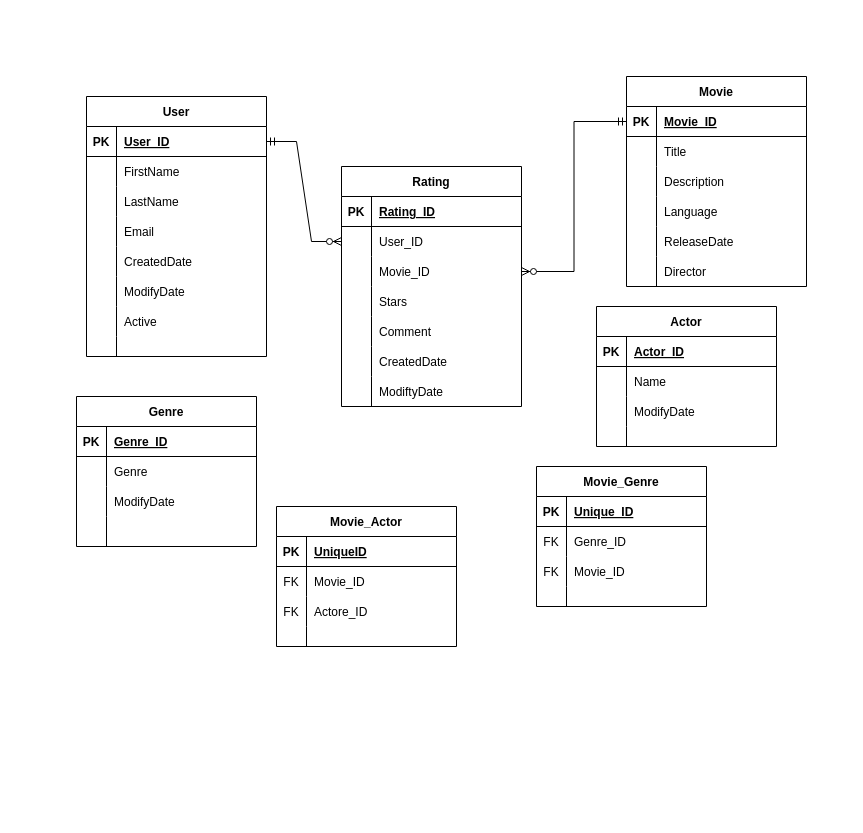
Alhaque-786/ChannelBrick keeps this draw.io diagram as Untitled Diagram.drawio. Above is the earlier version. Source tidied: cells renumbered, new cells numbered last; positions are measured from the earlier drawing's top-left corner, leaving out a move shared by most shapes. Both pictures are drawn from the tidied source at 100%, with x=0, y=0 at pixel (76, 76).
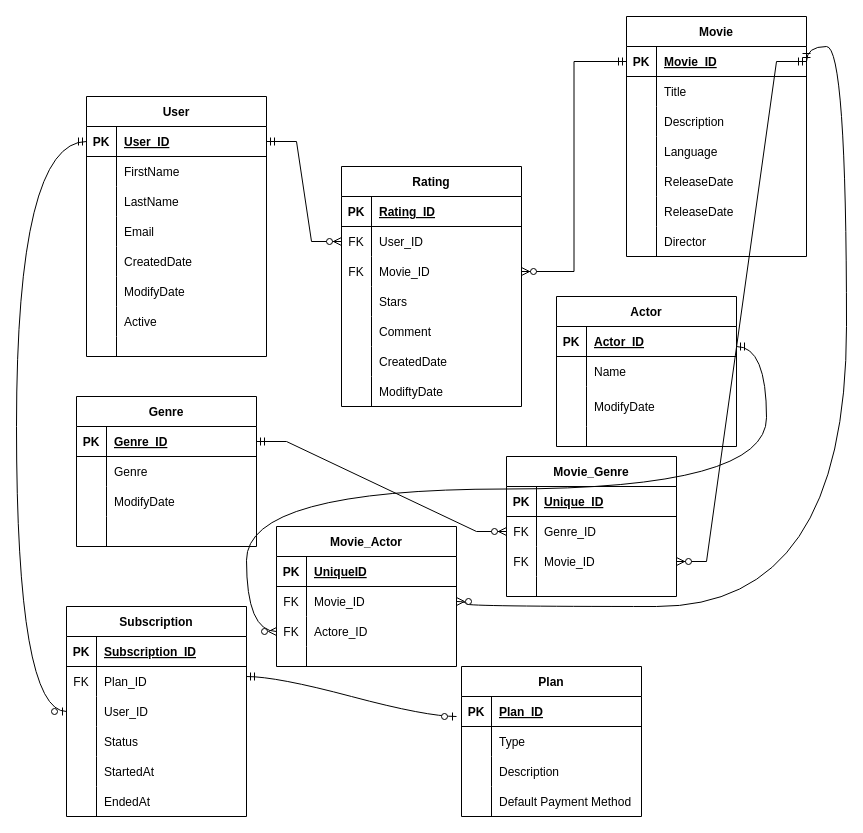
The same page after the edit.

The change refers to these unchanged cells:
```xml
<mxCell id="3" style="shape=tableRow;horizontal=0;startSize=0;swimlaneHead=0;swimlaneBody=0;fillColor=none;points=[[0,0.5],[1,0.5]];portConstraint=eastwest;top=0;left=0;right=0;bottom=1;" parent="2" vertex="1">
  <mxGeometry y="30" width="180" height="30" as="geometry" />
</mxCell>
<mxCell id="31" style="shape=tableRow;horizontal=0;startSize=0;swimlaneHead=0;swimlaneBody=0;fillColor=none;points=[[0,0.5],[1,0.5]];portConstraint=eastwest;top=0;left=0;right=0;bottom=0;" parent="27" vertex="1">
  <mxGeometry y="60" width="180" height="30" as="geometry" />
</mxCell>
<mxCell id="34" style="shape=tableRow;horizontal=0;startSize=0;swimlaneHead=0;swimlaneBody=0;fillColor=none;points=[[0,0.5],[1,0.5]];portConstraint=eastwest;top=0;left=0;right=0;bottom=0;" parent="27" vertex="1">
  <mxGeometry y="90" width="180" height="30" as="geometry" />
</mxCell>
<mxCell id="50" style="shape=tableRow;horizontal=0;startSize=0;swimlaneHead=0;swimlaneBody=0;fillColor=none;points=[[0,0.5],[1,0.5]];portConstraint=eastwest;top=0;left=0;right=0;bottom=1;" parent="49" vertex="1">
  <mxGeometry y="30" width="180" height="30" as="geometry" />
</mxCell>
<mxCell id="76" style="shape=tableRow;horizontal=0;startSize=0;swimlaneHead=0;swimlaneBody=0;fillColor=none;points=[[0,0.5],[1,0.5]];portConstraint=eastwest;top=0;left=0;right=0;bottom=1;" parent="75" vertex="1">
  <mxGeometry y="30" width="180" height="30" as="geometry" />
</mxCell>
<mxCell id="98" style="shape=tableRow;horizontal=0;startSize=0;swimlaneHead=0;swimlaneBody=0;fillColor=none;points=[[0,0.5],[1,0.5]];portConstraint=eastwest;top=0;left=0;right=0;bottom=0;" parent="94" vertex="1">
  <mxGeometry y="60" width="170" height="30" as="geometry" />
</mxCell>
<mxCell id="101" style="shape=tableRow;horizontal=0;startSize=0;swimlaneHead=0;swimlaneBody=0;fillColor=none;points=[[0,0.5],[1,0.5]];portConstraint=eastwest;top=0;left=0;right=0;bottom=0;" parent="94" vertex="1">
  <mxGeometry y="90" width="170" height="30" as="geometry" />
</mxCell>
<mxCell id="111" style="shape=tableRow;horizontal=0;startSize=0;swimlaneHead=0;swimlaneBody=0;fillColor=none;points=[[0,0.5],[1,0.5]];portConstraint=eastwest;top=0;left=0;right=0;bottom=0;" parent="107" vertex="1">
  <mxGeometry y="60" width="180" height="30" as="geometry" />
</mxCell>
```

The edit, as a diff of the source:
```diff
@@
-    <mxCell id="32" style="shape=partialRectangle;fillColor=none;top=0;left=0;bottom=0;right=0;overflow=hidden;" parent="31" vertex="1">
+    <mxCell id="32" value="FK" style="shape=partialRectangle;fillColor=none;top=0;left=0;bottom=0;right=0;overflow=hidden;" parent="31" vertex="1">
       <mxGeometry width="30" height="30" as="geometry" />
     </mxCell>
@@
-    <mxCell id="35" style="shape=partialRectangle;fillColor=none;top=0;left=0;bottom=0;right=0;overflow=hidden;" parent="34" vertex="1">
+    <mxCell id="35" value="FK" style="shape=partialRectangle;fillColor=none;top=0;left=0;bottom=0;right=0;overflow=hidden;" parent="34" vertex="1">
       <mxGeometry width="30" height="30" as="geometry" />
     </mxCell>
@@
     <mxCell id="62" value="Actor" style="shape=table;startSize=30;childLayout=tableLayout;rowLines=0;fontStyle=1;align=center;" parent="1" vertex="1">
-      <mxGeometry x="520" y="230" width="180" height="140" as="geometry" />
+      <mxGeometry x="480" y="220" width="180" height="150" as="geometry" />
     </mxCell>
@@
     <mxCell id="69" style="shape=tableRow;horizontal=0;startSize=0;swimlaneHead=0;swimlaneBody=0;fillColor=none;top=0;left=0;right=0;bottom=0;" parent="62" vertex="1">
-      <mxGeometry y="90" width="180" height="30" as="geometry" />
+      <mxGeometry y="90" width="180" height="40" as="geometry" />
     </mxCell>
     <mxCell id="70" style="shape=partialRectangle;fillColor=none;top=0;left=0;bottom=0;right=0;overflow=hidden;" parent="69" vertex="1">
-      <mxGeometry width="30" height="30" as="geometry" />
+      <mxGeometry width="30" height="40" as="geometry" />
     </mxCell>
     <mxCell id="71" value="ModifyDate" style="shape=partialRectangle;fillColor=none;top=0;left=0;bottom=0;right=0;align=left;spacingLeft=6;overflow=hidden;" parent="69" vertex="1">
-      <mxGeometry x="30" width="150" height="30" as="geometry" />
+      <mxGeometry x="30" width="150" height="40" as="geometry" />
     </mxCell>
     <mxCell id="72" style="shape=tableRow;horizontal=0;startSize=0;swimlaneHead=0;swimlaneBody=0;fillColor=none;top=0;left=0;right=0;bottom=0;" parent="62" vertex="1">
-      <mxGeometry y="120" width="180" height="20" as="geometry" />
+      <mxGeometry y="130" width="180" height="20" as="geometry" />
     </mxCell>
@@
     <mxCell id="75" value="Movie" style="shape=table;startSize=30;childLayout=tableLayout;rowLines=0;fontStyle=1;align=center;" parent="1" vertex="1">
-      <mxGeometry x="550" width="180" height="210" as="geometry" />
+      <mxGeometry x="550" y="-60" width="180" height="240" as="geometry" />
     </mxCell>
@@
+    <mxCell id="122" style="shape=tableRow;horizontal=0;startSize=0;swimlaneHead=0;swimlaneBody=0;fillColor=none;top=0;left=0;right=0;bottom=0;" parent="75" vertex="1">
+      <mxGeometry y="180" width="180" height="30" as="geometry" />
+    </mxCell>
+    <mxCell id="123" style="shape=partialRectangle;fillColor=none;top=0;left=0;bottom=0;right=0;overflow=hidden;" parent="122" vertex="1">
+      <mxGeometry width="30" height="30" as="geometry" />
+    </mxCell>
+    <mxCell id="124" value="ReleaseDate" style="shape=partialRectangle;fillColor=none;top=0;left=0;bottom=0;right=0;align=left;spacingLeft=6;overflow=hidden;" parent="122" vertex="1">
+      <mxGeometry x="30" width="150" height="30" as="geometry" />
+    </mxCell>
     <mxCell id="91" style="shape=tableRow;horizontal=0;startSize=0;swimlaneHead=0;swimlaneBody=0;fillColor=none;top=0;left=0;right=0;bottom=0;" parent="75" vertex="1">
-      <mxGeometry y="180" width="180" height="30" as="geometry" />
+      <mxGeometry y="210" width="180" height="30" as="geometry" />
     </mxCell>
@@
     <mxCell id="94" value="Movie_Genre" style="shape=table;startSize=30;childLayout=tableLayout;rowLines=0;fontStyle=1;align=center;" parent="1" vertex="1">
-      <mxGeometry x="460" y="390" width="170" height="140" as="geometry" />
+      <mxGeometry x="430" y="380" width="170" height="140" as="geometry" />
     </mxCell>
@@
     <mxCell id="107" value="Movie_Actor" style="shape=table;startSize=30;childLayout=tableLayout;rowLines=0;fontStyle=1;align=center;" parent="1" vertex="1">
-      <mxGeometry x="200" y="430" width="180" height="140" as="geometry" />
+      <mxGeometry x="200" y="450" width="180" height="140" as="geometry" />
     </mxCell>
@@
+    <mxCell id="125" value="Subscription" style="shape=table;startSize=30;childLayout=tableLayout;rowLines=0;fontStyle=1;align=center;" parent="1" vertex="1">
+      <mxGeometry x="-10" y="530" width="180" height="210" as="geometry" />
+    </mxCell>
+    <mxCell id="126" style="shape=tableRow;horizontal=0;startSize=0;swimlaneHead=0;swimlaneBody=0;fillColor=none;top=0;left=0;right=0;bottom=1;" parent="125" vertex="1">
+      <mxGeometry y="30" width="180" height="30" as="geometry" />
+    </mxCell>
+    <mxCell id="127" value="PK" style="shape=partialRectangle;fillColor=none;top=0;left=0;bottom=0;right=0;fontStyle=1;overflow=hidden;" parent="126" vertex="1">
+      <mxGeometry width="30" height="30" as="geometry" />
+    </mxCell>
+    <mxCell id="128" value="Subscription_ID" style="shape=partialRectangle;fillColor=none;top=0;left=0;bottom=0;right=0;align=left;spacingLeft=6;fontStyle=5;overflow=hidden;" parent="126" vertex="1">
+      <mxGeometry x="30" width="150" height="30" as="geometry" />
+    </mxCell>
+    <mxCell id="129" style="shape=tableRow;horizontal=0;startSize=0;swimlaneHead=0;swimlaneBody=0;fillColor=none;top=0;left=0;right=0;bottom=0;" parent="125" vertex="1">
+      <mxGeometry y="60" width="180" height="30" as="geometry" />
+    </mxCell>
+    <mxCell id="130" value="FK" style="shape=partialRectangle;fillColor=none;top=0;left=0;bottom=0;right=0;overflow=hidden;" parent="129" vertex="1">
+      <mxGeometry width="30" height="30" as="geometry" />
+    </mxCell>
+    <mxCell id="131" value="Plan_ID" style="shape=partialRectangle;fillColor=none;top=0;left=0;bottom=0;right=0;align=left;spacingLeft=6;overflow=hidden;" parent="129" vertex="1">
+      <mxGeometry x="30" width="150" height="30" as="geometry" />
+    </mxCell>
+    <mxCell id="132" style="shape=tableRow;horizontal=0;startSize=0;swimlaneHead=0;swimlaneBody=0;fillColor=none;points=[[0,0.5],[1,0.5]];portConstraint=eastwest;top=0;left=0;right=0;bottom=0;" parent="125" vertex="1">
+      <mxGeometry y="90" width="180" height="30" as="geometry" />
+    </mxCell>
+    <mxCell id="133" style="shape=partialRectangle;fillColor=none;top=0;left=0;bottom=0;right=0;overflow=hidden;" parent="132" vertex="1">
+      <mxGeometry width="30" height="30" as="geometry" />
+    </mxCell>
+    <mxCell id="134" value="User_ID" style="shape=partialRectangle;fillColor=none;top=0;left=0;bottom=0;right=0;align=left;spacingLeft=6;overflow=hidden;" parent="132" vertex="1">
+      <mxGeometry x="30" width="150" height="30" as="geometry" />
+    </mxCell>
+    <mxCell id="135" style="shape=tableRow;horizontal=0;startSize=0;swimlaneHead=0;swimlaneBody=0;fillColor=none;top=0;left=0;right=0;bottom=0;" parent="125" vertex="1">
+      <mxGeometry y="120" width="180" height="30" as="geometry" />
+    </mxCell>
+    <mxCell id="136" style="shape=partialRectangle;fillColor=none;top=0;left=0;bottom=0;right=0;overflow=hidden;" parent="135" vertex="1">
+      <mxGeometry width="30" height="30" as="geometry" />
+    </mxCell>
+    <mxCell id="137" value="Status" style="shape=partialRectangle;fillColor=none;top=0;left=0;bottom=0;right=0;align=left;spacingLeft=6;overflow=hidden;" parent="135" vertex="1">
+      <mxGeometry x="30" width="150" height="30" as="geometry" />
+    </mxCell>
+    <mxCell id="138" style="shape=tableRow;horizontal=0;startSize=0;swimlaneHead=0;swimlaneBody=0;fillColor=none;top=0;left=0;right=0;bottom=0;" parent="125" vertex="1">
+      <mxGeometry y="150" width="180" height="30" as="geometry" />
+    </mxCell>
+    <mxCell id="139" style="shape=partialRectangle;fillColor=none;top=0;left=0;bottom=0;right=0;overflow=hidden;" parent="138" vertex="1">
+      <mxGeometry width="30" height="30" as="geometry" />
+    </mxCell>
+    <mxCell id="140" value="StartedAt" style="shape=partialRectangle;fillColor=none;top=0;left=0;bottom=0;right=0;align=left;spacingLeft=6;overflow=hidden;" parent="138" vertex="1">
+      <mxGeometry x="30" width="150" height="30" as="geometry" />
+    </mxCell>
+    <mxCell id="141" style="shape=tableRow;horizontal=0;startSize=0;swimlaneHead=0;swimlaneBody=0;fillColor=none;top=0;left=0;right=0;bottom=0;" parent="125" vertex="1">
+      <mxGeometry y="180" width="180" height="30" as="geometry" />
+    </mxCell>
+    <mxCell id="142" style="shape=partialRectangle;fillColor=none;top=0;left=0;bottom=0;right=0;overflow=hidden;" parent="141" vertex="1">
+      <mxGeometry width="30" height="30" as="geometry" />
+    </mxCell>
+    <mxCell id="143" value="EndedAt" style="shape=partialRectangle;fillColor=none;top=0;left=0;bottom=0;right=0;align=left;spacingLeft=6;overflow=hidden;" parent="141" vertex="1">
+      <mxGeometry x="30" width="150" height="30" as="geometry" />
+    </mxCell>
+    <mxCell id="144" value="Plan" style="shape=table;startSize=30;childLayout=tableLayout;rowLines=0;fontStyle=1;align=center;" parent="1" vertex="1">
+      <mxGeometry x="385" y="590" width="180" height="150" as="geometry" />
+    </mxCell>
+    <mxCell id="145" style="shape=tableRow;horizontal=0;startSize=0;swimlaneHead=0;swimlaneBody=0;fillColor=none;top=0;left=0;right=0;bottom=1;" parent="144" vertex="1">
+      <mxGeometry y="30" width="180" height="30" as="geometry" />
+    </mxCell>
+    <mxCell id="146" value="PK" style="shape=partialRectangle;fillColor=none;top=0;left=0;bottom=0;right=0;fontStyle=1;overflow=hidden;" parent="145" vertex="1">
+      <mxGeometry width="30" height="30" as="geometry" />
+    </mxCell>
+    <mxCell id="147" value="Plan_ID" style="shape=partialRectangle;fillColor=none;top=0;left=0;bottom=0;right=0;align=left;spacingLeft=6;fontStyle=5;overflow=hidden;" parent="145" vertex="1">
+      <mxGeometry x="30" width="150" height="30" as="geometry" />
+    </mxCell>
+    <mxCell id="148" style="shape=tableRow;horizontal=0;startSize=0;swimlaneHead=0;swimlaneBody=0;fillColor=none;top=0;left=0;right=0;bottom=0;" parent="144" vertex="1">
+      <mxGeometry y="60" width="180" height="30" as="geometry" />
+    </mxCell>
+    <mxCell id="149" style="shape=partialRectangle;fillColor=none;top=0;left=0;bottom=0;right=0;overflow=hidden;" parent="148" vertex="1">
+      <mxGeometry width="30" height="30" as="geometry" />
+    </mxCell>
+    <mxCell id="150" value="Type" style="shape=partialRectangle;fillColor=none;top=0;left=0;bottom=0;right=0;align=left;spacingLeft=6;overflow=hidden;" parent="148" vertex="1">
+      <mxGeometry x="30" width="150" height="30" as="geometry" />
+    </mxCell>
+    <mxCell id="151" style="shape=tableRow;horizontal=0;startSize=0;swimlaneHead=0;swimlaneBody=0;fillColor=none;top=0;left=0;right=0;bottom=0;" parent="144" vertex="1">
+      <mxGeometry y="90" width="180" height="30" as="geometry" />
+    </mxCell>
+    <mxCell id="152" style="shape=partialRectangle;fillColor=none;top=0;left=0;bottom=0;right=0;overflow=hidden;" parent="151" vertex="1">
+      <mxGeometry width="30" height="30" as="geometry" />
+    </mxCell>
+    <mxCell id="153" value="Description" style="shape=partialRectangle;fillColor=none;top=0;left=0;bottom=0;right=0;align=left;spacingLeft=6;overflow=hidden;" parent="151" vertex="1">
+      <mxGeometry x="30" width="150" height="30" as="geometry" />
+    </mxCell>
+    <mxCell id="154" style="shape=tableRow;horizontal=0;startSize=0;swimlaneHead=0;swimlaneBody=0;fillColor=none;top=0;left=0;right=0;bottom=0;" parent="144" vertex="1">
+      <mxGeometry y="120" width="180" height="30" as="geometry" />
+    </mxCell>
+    <mxCell id="155" style="shape=partialRectangle;fillColor=none;top=0;left=0;bottom=0;right=0;overflow=hidden;" parent="154" vertex="1">
+      <mxGeometry width="30" height="30" as="geometry" />
+    </mxCell>
+    <mxCell id="156" value="Default Payment Method" style="shape=partialRectangle;fillColor=none;top=0;left=0;bottom=0;right=0;align=left;spacingLeft=6;overflow=hidden;" parent="154" vertex="1">
+      <mxGeometry x="30" width="150" height="30" as="geometry" />
+    </mxCell>
+    <mxCell id="157" style="edgeStyle=entityRelationEdgeStyle;fontSize=12;html=1;endArrow=ERzeroToMany;startArrow=ERmandOne;rounded=0;exitX=1;exitY=0.5;exitDx=0;exitDy=0;entryX=1;entryY=0.5;entryDx=0;entryDy=0;" parent="1" edge="1" source="76" target="101">
+      <mxGeometry relative="1" as="geometry" />
+    </mxCell>
+    <mxCell id="158" style="edgeStyle=entityRelationEdgeStyle;fontSize=12;html=1;endArrow=ERzeroToMany;startArrow=ERmandOne;rounded=0;exitX=1;exitY=0.5;exitDx=0;exitDy=0;entryX=0;entryY=0.5;entryDx=0;entryDy=0;" parent="1" edge="1" source="50" target="98">
+      <mxGeometry relative="1" as="geometry" />
+    </mxCell>
+    <mxCell id="159" style="edgeStyle=orthogonalEdgeStyle;fontSize=12;html=1;endArrow=ERzeroToMany;startArrow=ERmandOne;rounded=0;curved=1;entryX=1;entryY=0.5;entryDx=0;entryDy=0;exitX=1;exitY=0.5;exitDx=0;exitDy=0;" parent="1" edge="1" source="76" target="111">
+      <mxGeometry relative="1" as="geometry">
+        <Array as="points">
+          <mxPoint x="730" y="-30" />
+          <mxPoint x="770" y="-30" />
+          <mxPoint x="770" y="530" />
+          <mxPoint x="390" y="530" />
+          <mxPoint x="390" y="525" />
+        </Array>
+      </mxGeometry>
+    </mxCell>
+    <mxCell id="160" style="edgeStyle=entityRelationEdgeStyle;fontSize=12;html=1;endArrow=ERzeroToMany;startArrow=ERmandOne;rounded=0;curved=1;" parent="1" edge="1">
+      <mxGeometry relative="1" as="geometry">
+        <mxPoint x="660" y="270" as="sourcePoint" />
+        <mxPoint x="200" y="555" as="targetPoint" />
+      </mxGeometry>
+    </mxCell>
+    <mxCell id="161" style="edgeStyle=orthogonalEdgeStyle;fontSize=12;html=1;endArrow=ERzeroToOne;startArrow=ERmandOne;rounded=0;entryX=0;entryY=0.5;entryDx=0;entryDy=0;curved=1;exitX=0;exitY=0.5;exitDx=0;exitDy=0;" parent="1" edge="1" source="3" target="132">
+      <mxGeometry relative="1" as="geometry">
+        <Array as="points">
+          <mxPoint x="-60" y="65" />
+          <mxPoint x="-60" y="635" />
+        </Array>
+      </mxGeometry>
+    </mxCell>
+    <mxCell id="162" style="edgeStyle=entityRelationEdgeStyle;fontSize=12;html=1;endArrow=ERzeroToOne;startArrow=ERmandOne;rounded=0;curved=1;" parent="1" edge="1">
+      <mxGeometry relative="1" as="geometry">
+        <mxPoint x="170" y="600" as="sourcePoint" />
+        <mxPoint x="380" y="640" as="targetPoint" />
+      </mxGeometry>
+    </mxCell>
```
